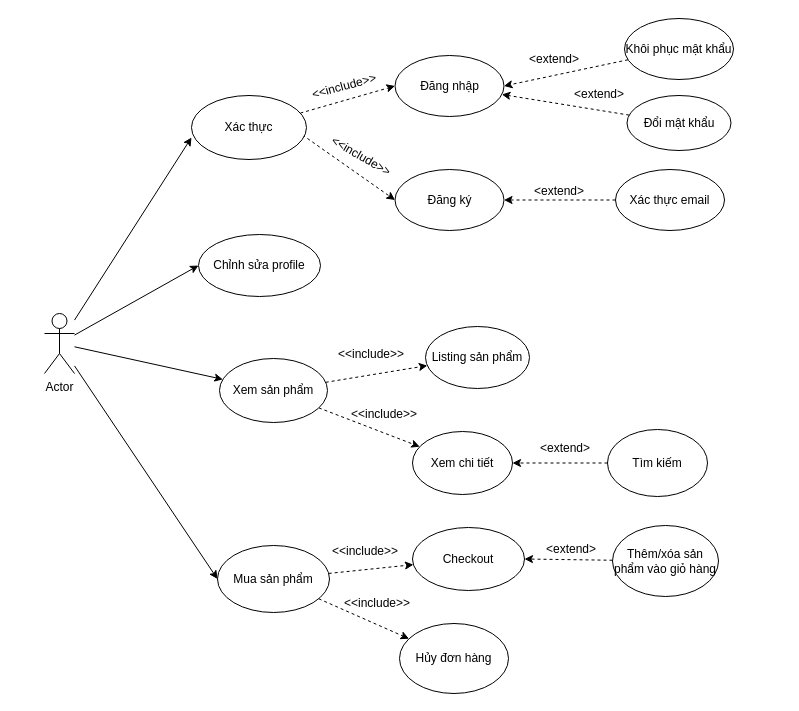
Before: page "use-case" (1 of 2) of usecase.drawio in shifuvn/diagram, a draw.io diagram. Source tidied: cells renumbered, new cells numbered last; positions are measured from the earlier drawing's top-left corner, leaving out a move shared by most shapes. Both pictures are drawn from the tidied source at 100%, with x=0, y=0 at pixel (44, 18).
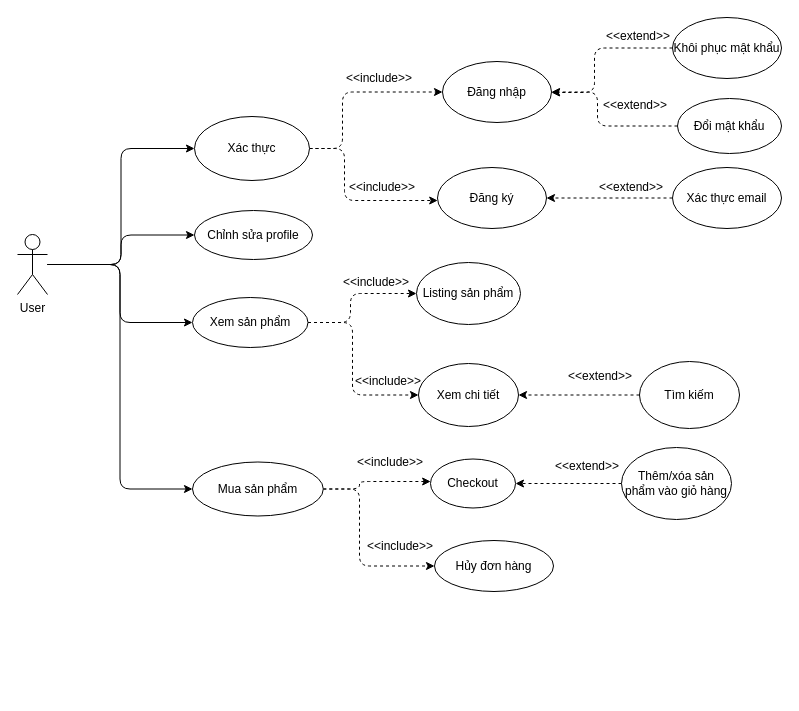
Above is the later version.

What changed in the source:
```diff
@@
-    <mxCell id="2" style="rounded=0;jettySize=auto;html=1;entryX=0;entryY=0.656;entryDx=0;entryDy=0;entryPerimeter=0;" parent="1" edge="1" source="6" target="9">
+    <mxCell id="2" style="edgeStyle=orthogonalEdgeStyle;rounded=1;jettySize=auto;html=1;entryX=0;entryY=0.5;entryDx=0;entryDy=0;endArrow=classic;endFill=1;" parent="1" edge="1" source="6" target="9">
       <mxGeometry relative="1" as="geometry" />
     </mxCell>
+    <mxCell id="5" style="edgeStyle=orthogonalEdgeStyle;rounded=1;jettySize=auto;html=1;endArrow=classic;endFill=1;" parent="1" edge="1" source="6" target="33">
+      <mxGeometry relative="1" as="geometry" />
+    </mxCell>
-    <mxCell id="3" style="edgeStyle=none;rounded=0;jettySize=auto;html=1;" parent="1" edge="1" source="6" target="21">
+    <mxCell id="3" style="edgeStyle=orthogonalEdgeStyle;rounded=1;jettySize=auto;html=1;entryX=0;entryY=0.5;entryDx=0;entryDy=0;endArrow=classic;endFill=1;" parent="1" edge="1" source="6" target="21">
       <mxGeometry relative="1" as="geometry" />
     </mxCell>
-    <mxCell id="4" style="edgeStyle=none;rounded=0;jettySize=auto;html=1;entryX=0;entryY=0.5;entryDx=0;entryDy=0;" parent="1" edge="1" source="6" target="18">
+    <mxCell id="4" style="edgeStyle=orthogonalEdgeStyle;rounded=1;jettySize=auto;html=1;entryX=0;entryY=0.5;entryDx=0;entryDy=0;endArrow=classic;endFill=1;" parent="1" edge="1" source="6" target="18">
       <mxGeometry relative="1" as="geometry" />
     </mxCell>
-    <mxCell id="5" style="edgeStyle=none;rounded=0;jettySize=auto;html=1;entryX=0;entryY=0.5;entryDx=0;entryDy=0;" parent="1" edge="1" source="6" target="33">
-      <mxGeometry relative="1" as="geometry" />
-    </mxCell>
-    <mxCell id="6" value="Actor" style="shape=umlActor;verticalLabelPosition=bottom;verticalAlign=top;html=1;outlineConnect=0;" parent="1" vertex="1">
-      <mxGeometry y="295" width="30" height="60" as="geometry" />
+    <mxCell id="6" value="User" style="shape=umlActor;verticalLabelPosition=bottom;verticalAlign=top;html=1;outlineConnect=0;" parent="1" vertex="1">
+      <mxGeometry x="-27" y="216" width="30" height="60" as="geometry" />
     </mxCell>
-    <mxCell id="7" style="edgeStyle=none;rounded=0;jettySize=auto;html=1;entryX=0;entryY=0.5;entryDx=0;entryDy=0;dashed=1;" parent="1" edge="1" source="9" target="10">
-      <mxGeometry relative="1" as="geometry" />
+    <mxCell id="7" style="edgeStyle=orthogonalEdgeStyle;rounded=1;jettySize=auto;html=1;entryX=0;entryY=0.5;entryDx=0;entryDy=0;endArrow=classic;endFill=1;dashed=1;" parent="1" edge="1" source="9" target="10">
+      <mxGeometry relative="1" as="geometry">
+        <Array as="points">
+          <mxPoint x="298" y="130" />
+          <mxPoint x="298" y="74" />
+        </Array>
+      </mxGeometry>
     </mxCell>
-    <mxCell id="8" style="edgeStyle=none;rounded=0;jettySize=auto;html=1;entryX=0;entryY=0.5;entryDx=0;entryDy=0;dashed=1;" parent="1" edge="1" target="11">
-      <mxGeometry relative="1" as="geometry">
-        <mxPoint x="258" y="116.5" as="sourcePoint" />
-      </mxGeometry>
-    </mxCell>
+    <mxCell id="44" style="edgeStyle=orthogonalEdgeStyle;rounded=1;jettySize=auto;html=1;endArrow=classic;endFill=1;dashed=1;" parent="1" edge="1" source="9" target="11">
+      <mxGeometry relative="1" as="geometry">
+        <Array as="points">
+          <mxPoint x="300" y="130" />
+          <mxPoint x="300" y="182" />
+        </Array>
+      </mxGeometry>
+    </mxCell>
     <mxCell id="9" value="Xác thực" style="ellipse;whiteSpace=wrap;html=1;" parent="1" vertex="1">
-      <mxGeometry x="147" y="77" width="115" height="64" as="geometry" />
+      <mxGeometry x="150" y="98" width="115" height="64" as="geometry" />
     </mxCell>
     <mxCell id="10" value="Đăng nhập" style="ellipse;whiteSpace=wrap;html=1;" parent="1" vertex="1">
-      <mxGeometry x="350.5" y="37" width="109" height="61" as="geometry" />
+      <mxGeometry x="398" y="43" width="109" height="61" as="geometry" />
     </mxCell>
     <mxCell id="11" value="Đăng ký" style="ellipse;whiteSpace=wrap;html=1;" parent="1" vertex="1">
-      <mxGeometry x="350.5" y="151" width="109" height="61" as="geometry" />
+      <mxGeometry x="393" y="149" width="109" height="61" as="geometry" />
     </mxCell>
-    <mxCell id="12" style="edgeStyle=none;rounded=0;jettySize=auto;html=1;dashed=1;" parent="1" edge="1" source="13" target="11">
+    <mxCell id="12" style="edgeStyle=orthogonalEdgeStyle;rounded=1;jettySize=auto;html=1;entryX=1;entryY=0.5;entryDx=0;entryDy=0;endArrow=classic;endFill=1;dashed=1;" parent="1" edge="1" source="13" target="11">
       <mxGeometry relative="1" as="geometry" />
     </mxCell>
     <mxCell id="13" value="Xác thực email" style="ellipse;whiteSpace=wrap;html=1;" parent="1" vertex="1">
-      <mxGeometry x="571" y="151" width="109" height="61" as="geometry" />
+      <mxGeometry x="628" y="149" width="109" height="61" as="geometry" />
     </mxCell>
-    <mxCell id="14" style="edgeStyle=none;rounded=0;jettySize=auto;html=1;dashed=1;entryX=1;entryY=0.5;entryDx=0;entryDy=0;" parent="1" edge="1" source="15" target="10">
-      <mxGeometry relative="1" as="geometry" />
+    <mxCell id="14" style="edgeStyle=orthogonalEdgeStyle;rounded=1;jettySize=auto;html=1;endArrow=classic;endFill=1;dashed=1;" parent="1" edge="1" source="15" target="10">
+      <mxGeometry relative="1" as="geometry">
+        <Array as="points">
+          <mxPoint x="550" y="30" />
+          <mxPoint x="550" y="74" />
+        </Array>
+      </mxGeometry>
     </mxCell>
     <mxCell id="15" value="Khôi phục mật khẩu" style="ellipse;whiteSpace=wrap;html=1;" parent="1" vertex="1">
-      <mxGeometry x="580" width="109" height="61" as="geometry" />
+      <mxGeometry x="628" y="-1" width="109" height="61" as="geometry" />
     </mxCell>
-    <mxCell id="16" style="edgeStyle=none;rounded=0;jettySize=auto;html=1;dashed=1;" parent="1" edge="1" source="18" target="29">
-      <mxGeometry relative="1" as="geometry" />
+    <mxCell id="16" style="rounded=1;jettySize=auto;html=1;edgeStyle=orthogonalEdgeStyle;dashed=1;" parent="1" edge="1" source="18" target="29">
+      <mxGeometry relative="1" as="geometry">
+        <Array as="points">
+          <mxPoint x="315" y="471" />
+          <mxPoint x="315" y="463" />
+        </Array>
+      </mxGeometry>
     </mxCell>
-    <mxCell id="17" style="edgeStyle=none;rounded=0;jettySize=auto;html=1;dashed=1;" parent="1" edge="1" source="18" target="28">
-      <mxGeometry relative="1" as="geometry" />
+    <mxCell id="17" style="edgeStyle=orthogonalEdgeStyle;rounded=1;jettySize=auto;html=1;entryX=0;entryY=0.5;entryDx=0;entryDy=0;dashed=1;" parent="1" edge="1" source="18" target="28">
+      <mxGeometry relative="1" as="geometry">
+        <Array as="points">
+          <mxPoint x="315" y="471" />
+          <mxPoint x="315" y="548" />
+        </Array>
+      </mxGeometry>
     </mxCell>
     <mxCell id="18" value="Mua sản phẩm" style="ellipse;whiteSpace=wrap;html=1;" parent="1" vertex="1">
-      <mxGeometry x="173" y="527" width="112" height="67" as="geometry" />
+      <mxGeometry x="148" y="443.5" width="130.8" height="54" as="geometry" />
     </mxCell>
-    <mxCell id="19" style="edgeStyle=none;rounded=0;jettySize=auto;html=1;dashed=1;" parent="1" edge="1" source="21" target="22">
-      <mxGeometry relative="1" as="geometry" />
+    <mxCell id="19" style="rounded=1;jettySize=auto;html=1;edgeStyle=orthogonalEdgeStyle;dashed=1;" parent="1" edge="1" source="21" target="22">
+      <mxGeometry relative="1" as="geometry">
+        <Array as="points">
+          <mxPoint x="306" y="304" />
+          <mxPoint x="306" y="275" />
+        </Array>
+      </mxGeometry>
     </mxCell>
-    <mxCell id="20" style="edgeStyle=none;rounded=0;jettySize=auto;html=1;dashed=1;" parent="1" edge="1" source="21" target="23">
-      <mxGeometry relative="1" as="geometry" />
+    <mxCell id="20" style="edgeStyle=orthogonalEdgeStyle;rounded=1;jettySize=auto;html=1;entryX=0;entryY=0.5;entryDx=0;entryDy=0;dashed=1;" parent="1" edge="1" source="21" target="23">
+      <mxGeometry relative="1" as="geometry">
+        <Array as="points">
+          <mxPoint x="308" y="304" />
+          <mxPoint x="308" y="377" />
+        </Array>
+      </mxGeometry>
     </mxCell>
     <mxCell id="21" value="Xem sản phẩm" style="ellipse;whiteSpace=wrap;html=1;" parent="1" vertex="1">
-      <mxGeometry x="175" y="340" width="108" height="64" as="geometry" />
+      <mxGeometry x="148" y="279" width="115.5" height="50" as="geometry" />
     </mxCell>
     <mxCell id="22" value="Listing sản phẩm" style="ellipse;whiteSpace=wrap;html=1;" parent="1" vertex="1">
-      <mxGeometry x="381" y="308" width="104" height="62" as="geometry" />
+      <mxGeometry x="372" y="244" width="104" height="62" as="geometry" />
     </mxCell>
     <mxCell id="23" value="Xem chi tiết" style="ellipse;whiteSpace=wrap;html=1;" parent="1" vertex="1">
-      <mxGeometry x="368" y="413" width="100" height="63" as="geometry" />
+      <mxGeometry x="374" y="345" width="100" height="63" as="geometry" />
     </mxCell>
@@
     <mxCell id="25" value="Tìm kiếm" style="ellipse;whiteSpace=wrap;html=1;" parent="1" vertex="1">
-      <mxGeometry x="563" y="411" width="100" height="67" as="geometry" />
+      <mxGeometry x="595" y="343" width="100" height="67" as="geometry" />
     </mxCell>
-    <mxCell id="26" style="edgeStyle=none;rounded=0;jettySize=auto;html=1;entryX=1;entryY=0.5;entryDx=0;entryDy=0;dashed=1;" parent="1" edge="1" source="27" target="29">
+    <mxCell id="26" style="edgeStyle=none;rounded=1;jettySize=auto;html=1;entryX=1;entryY=0.5;entryDx=0;entryDy=0;dashed=1;" parent="1" edge="1" source="27" target="29">
       <mxGeometry relative="1" as="geometry" />
     </mxCell>
     <mxCell id="27" value="Thêm/xóa sản phẩm vào giỏ hàng" style="ellipse;whiteSpace=wrap;html=1;" parent="1" vertex="1">
-      <mxGeometry x="568" y="507" width="106" height="71" as="geometry" />
+      <mxGeometry x="577" y="429" width="110" height="72" as="geometry" />
     </mxCell>
     <mxCell id="28" value="Hủy đơn hàng" style="ellipse;whiteSpace=wrap;html=1;" parent="1" vertex="1">
-      <mxGeometry x="355" y="605" width="109" height="70" as="geometry" />
+      <mxGeometry x="390" y="522" width="119" height="51" as="geometry" />
     </mxCell>
     <mxCell id="29" value="Checkout" style="ellipse;whiteSpace=wrap;html=1;" parent="1" vertex="1">
-      <mxGeometry x="368" y="509" width="112" height="63" as="geometry" />
+      <mxGeometry x="386" y="440.5" width="85" height="49" as="geometry" />
     </mxCell>
-    <mxCell id="30" value="&amp;lt;extend&amp;gt;" style="text;html=1;strokeColor=none;fillColor=none;align=center;verticalAlign=middle;whiteSpace=wrap;rounded=0;" parent="1" vertex="1">
-      <mxGeometry x="491" y="415" width="60" height="30" as="geometry" />
-    </mxCell>
-    <mxCell id="31" value="&amp;lt;extend&amp;gt;" style="text;html=1;strokeColor=none;fillColor=none;align=center;verticalAlign=middle;whiteSpace=wrap;rounded=0;" parent="1" vertex="1">
-      <mxGeometry x="485" y="158" width="60" height="30" as="geometry" />
-    </mxCell>
-    <mxCell id="32" value="&amp;lt;extend&amp;gt;" style="text;html=1;strokeColor=none;fillColor=none;align=center;verticalAlign=middle;whiteSpace=wrap;rounded=0;" parent="1" vertex="1">
-      <mxGeometry x="480" y="26" width="60" height="30" as="geometry" />
+    <mxCell id="32" value="&amp;lt;&amp;lt;extend&amp;gt;&amp;gt;" style="text;html=1;strokeColor=none;fillColor=none;align=center;verticalAlign=middle;whiteSpace=wrap;rounded=0;" parent="1" vertex="1">
+      <mxGeometry x="561" y="72" width="60" height="30" as="geometry" />
     </mxCell>
     <mxCell id="33" value="Chỉnh sửa profile" style="ellipse;whiteSpace=wrap;html=1;" parent="1" vertex="1">
-      <mxGeometry x="154" y="216" width="122" height="62" as="geometry" />
+      <mxGeometry x="150" y="192" width="118" height="49" as="geometry" />
     </mxCell>
-    <mxCell id="34" value="&amp;lt;extend&amp;gt;" style="text;html=1;strokeColor=none;fillColor=none;align=center;verticalAlign=middle;whiteSpace=wrap;rounded=0;" parent="1" vertex="1">
-      <mxGeometry x="497" y="516" width="60" height="30" as="geometry" />
-    </mxCell>
-    <mxCell id="35" value="&amp;lt;&amp;lt;include&amp;gt;&amp;gt;" style="text;html=1;strokeColor=none;fillColor=none;align=center;verticalAlign=middle;whiteSpace=wrap;rounded=0;fontSize=12;rotation=-15;" parent="1" vertex="1">
-      <mxGeometry x="270" y="52.5" width="60" height="30" as="geometry" />
+    <mxCell id="35" value="&amp;lt;&amp;lt;include&amp;gt;&amp;gt;" style="text;html=1;strokeColor=none;fillColor=none;align=center;verticalAlign=middle;whiteSpace=wrap;rounded=0;fontSize=12;rotation=0;" parent="1" vertex="1">
+      <mxGeometry x="305" y="45" width="60" height="30" as="geometry" />
     </mxCell>
-    <mxCell id="36" value="&amp;lt;&amp;lt;include&amp;gt;&amp;gt;" style="text;html=1;strokeColor=none;fillColor=none;align=center;verticalAlign=middle;whiteSpace=wrap;rounded=0;fontSize=12;rotation=30;" parent="1" vertex="1">
-      <mxGeometry x="287" y="123" width="60" height="30" as="geometry" />
-    </mxCell>
-    <mxCell id="37" value="&amp;lt;&amp;lt;include&amp;gt;&amp;gt;" style="text;html=1;strokeColor=none;fillColor=none;align=center;verticalAlign=middle;whiteSpace=wrap;rounded=0;fontSize=12;rotation=0;" parent="1" vertex="1">
-      <mxGeometry x="297" y="321" width="60" height="30" as="geometry" />
-    </mxCell>
-    <mxCell id="38" value="&amp;lt;&amp;lt;include&amp;gt;&amp;gt;" style="text;html=1;strokeColor=none;fillColor=none;align=center;verticalAlign=middle;whiteSpace=wrap;rounded=0;fontSize=12;rotation=0;" parent="1" vertex="1">
-      <mxGeometry x="310" y="381" width="60" height="30" as="geometry" />
-    </mxCell>
-    <mxCell id="39" value="&amp;lt;&amp;lt;include&amp;gt;&amp;gt;" style="text;html=1;strokeColor=none;fillColor=none;align=center;verticalAlign=middle;whiteSpace=wrap;rounded=0;fontSize=12;rotation=0;" parent="1" vertex="1">
-      <mxGeometry x="290.5" y="518" width="60" height="30" as="geometry" />
-    </mxCell>
-    <mxCell id="40" value="&amp;lt;&amp;lt;include&amp;gt;&amp;gt;" style="text;html=1;strokeColor=none;fillColor=none;align=center;verticalAlign=middle;whiteSpace=wrap;rounded=0;fontSize=12;rotation=0;" parent="1" vertex="1">
-      <mxGeometry x="303" y="570" width="60" height="30" as="geometry" />
-    </mxCell>
-    <mxCell id="41" style="rounded=0;jettySize=auto;html=1;dashed=1;fontSize=12;endArrow=classic;endFill=1;" parent="1" edge="1" source="42" target="10">
-      <mxGeometry relative="1" as="geometry" />
+    <mxCell id="41" style="edgeStyle=orthogonalEdgeStyle;rounded=1;jettySize=auto;html=1;entryX=1;entryY=0.5;entryDx=0;entryDy=0;endArrow=classic;endFill=1;dashed=1;" parent="1" edge="1" source="42" target="10">
+      <mxGeometry relative="1" as="geometry">
+        <Array as="points">
+          <mxPoint x="553" y="108" />
+          <mxPoint x="553" y="74" />
+        </Array>
+      </mxGeometry>
     </mxCell>
     <mxCell id="42" value="Đổi mật khẩu" style="ellipse;whiteSpace=wrap;html=1;fontSize=12;" parent="1" vertex="1">
-      <mxGeometry x="582.5" y="77" width="104" height="55" as="geometry" />
+      <mxGeometry x="633" y="80" width="104" height="55" as="geometry" />
     </mxCell>
-    <mxCell id="43" value="&amp;lt;extend&amp;gt;" style="text;html=1;strokeColor=none;fillColor=none;align=center;verticalAlign=middle;whiteSpace=wrap;rounded=0;" parent="1" vertex="1">
-      <mxGeometry x="525" y="61" width="60" height="30" as="geometry" />
-    </mxCell>
+    <mxCell id="45" value="&amp;lt;&amp;lt;include&amp;gt;&amp;gt;" style="text;html=1;strokeColor=none;fillColor=none;align=center;verticalAlign=middle;whiteSpace=wrap;rounded=0;fontSize=12;rotation=0;" parent="1" vertex="1">
+      <mxGeometry x="308" y="154" width="60" height="30" as="geometry" />
+    </mxCell>
+    <mxCell id="46" value="&amp;lt;&amp;lt;include&amp;gt;&amp;gt;" style="text;html=1;strokeColor=none;fillColor=none;align=center;verticalAlign=middle;whiteSpace=wrap;rounded=0;fontSize=12;rotation=0;" parent="1" vertex="1">
+      <mxGeometry x="302" y="249" width="60" height="30" as="geometry" />
+    </mxCell>
+    <mxCell id="47" value="&amp;lt;&amp;lt;include&amp;gt;&amp;gt;" style="text;html=1;strokeColor=none;fillColor=none;align=center;verticalAlign=middle;whiteSpace=wrap;rounded=0;fontSize=12;rotation=0;" parent="1" vertex="1">
+      <mxGeometry x="314" y="348" width="60" height="30" as="geometry" />
+    </mxCell>
+    <mxCell id="48" value="&amp;lt;&amp;lt;include&amp;gt;&amp;gt;" style="text;html=1;strokeColor=none;fillColor=none;align=center;verticalAlign=middle;whiteSpace=wrap;rounded=0;fontSize=12;rotation=0;" parent="1" vertex="1">
+      <mxGeometry x="316" y="429" width="60" height="30" as="geometry" />
+    </mxCell>
+    <mxCell id="49" value="&amp;lt;&amp;lt;include&amp;gt;&amp;gt;" style="text;html=1;strokeColor=none;fillColor=none;align=center;verticalAlign=middle;whiteSpace=wrap;rounded=0;fontSize=12;rotation=0;" parent="1" vertex="1">
+      <mxGeometry x="326" y="513" width="60" height="30" as="geometry" />
+    </mxCell>
+    <mxCell id="50" value="&amp;lt;&amp;lt;extend&amp;gt;&amp;gt;" style="text;html=1;strokeColor=none;fillColor=none;align=center;verticalAlign=middle;whiteSpace=wrap;rounded=0;" parent="1" vertex="1">
+      <mxGeometry x="564" y="3" width="60" height="30" as="geometry" />
+    </mxCell>
+    <mxCell id="51" value="&amp;lt;&amp;lt;extend&amp;gt;&amp;gt;" style="text;html=1;strokeColor=none;fillColor=none;align=center;verticalAlign=middle;whiteSpace=wrap;rounded=0;" parent="1" vertex="1">
+      <mxGeometry x="557" y="154" width="60" height="30" as="geometry" />
+    </mxCell>
+    <mxCell id="52" value="&amp;lt;&amp;lt;extend&amp;gt;&amp;gt;" style="text;html=1;strokeColor=none;fillColor=none;align=center;verticalAlign=middle;whiteSpace=wrap;rounded=0;" parent="1" vertex="1">
+      <mxGeometry x="526" y="343" width="60" height="30" as="geometry" />
+    </mxCell>
+    <mxCell id="53" value="&amp;lt;&amp;lt;extend&amp;gt;&amp;gt;" style="text;html=1;strokeColor=none;fillColor=none;align=center;verticalAlign=middle;whiteSpace=wrap;rounded=0;" parent="1" vertex="1">
+      <mxGeometry x="513" y="433" width="60" height="30" as="geometry" />
+    </mxCell>
```
